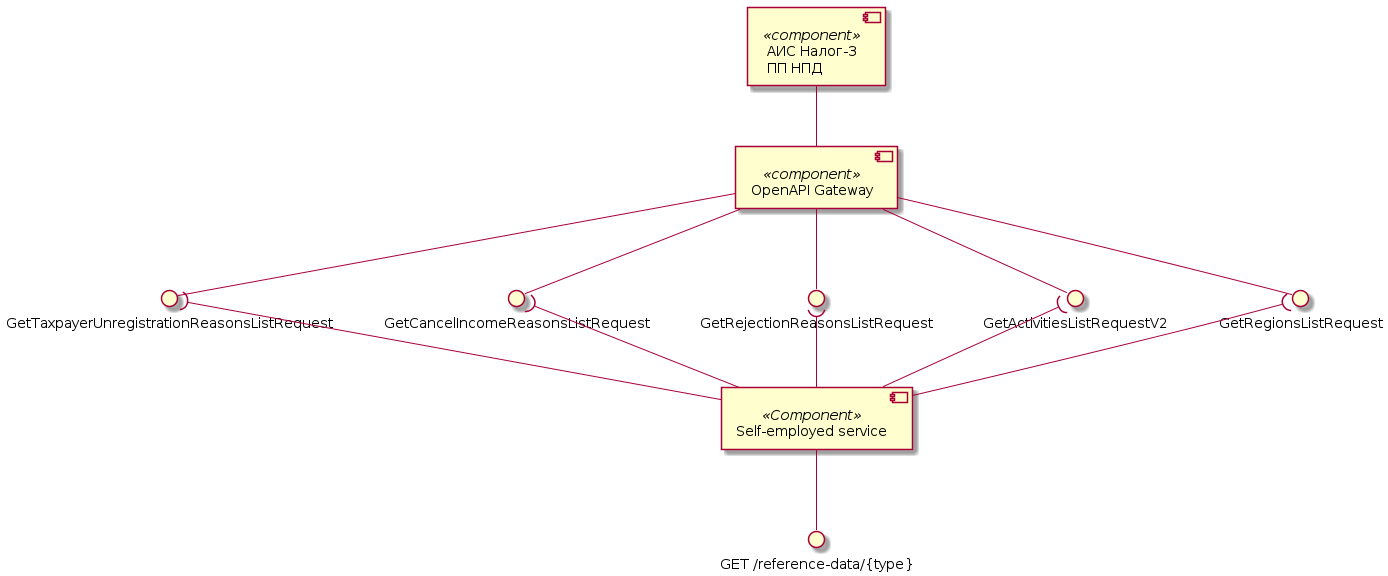
Earlier version of the PlantUML export assets/images/diagrams/self-employed-service/components/reference-data-components.png (RaikBitters/ibank-internal-services). The source it was exported from:
```plantuml
@startuml reference-data-components

component "АИС Налог-3\nПП НПД" as Tax3 <<component>>
component "OpenAPI Gateway" as OpenAPI <<component>>

Tax3 -- OpenAPI
interface "GetRegionsListRequest" as GetRegionsList
interface "GetActivitiesListRequestV2" as GetActivitiesList
interface "GetRejectionReasonsListRequest" as GetRejectionReasonsList
interface "GetTaxpayerUnregistrationReasonsListRequest" as GetTaxpayerUnregistrationReasonsList
interface "GetCancelIncomeReasonsListRequest" as GetCancelIncomeReasonsList

OpenAPI --() GetRegionsList
OpenAPI --() GetActivitiesList
OpenAPI --() GetRejectionReasonsList
OpenAPI --() GetCancelIncomeReasonsList
OpenAPI --() GetTaxpayerUnregistrationReasonsList

component "Self-employed service" as SelfEmplService <<Component>>
interface "GET /reference-data/{type}" as getDictionary

SelfEmplService --() getDictionary

SelfEmplService -up-( GetRegionsList
SelfEmplService -up-( GetActivitiesList
SelfEmplService -up-( GetRejectionReasonsList
SelfEmplService -up-( GetCancelIncomeReasonsList
SelfEmplService -up-( GetTaxpayerUnregistrationReasonsList

@enduml
```
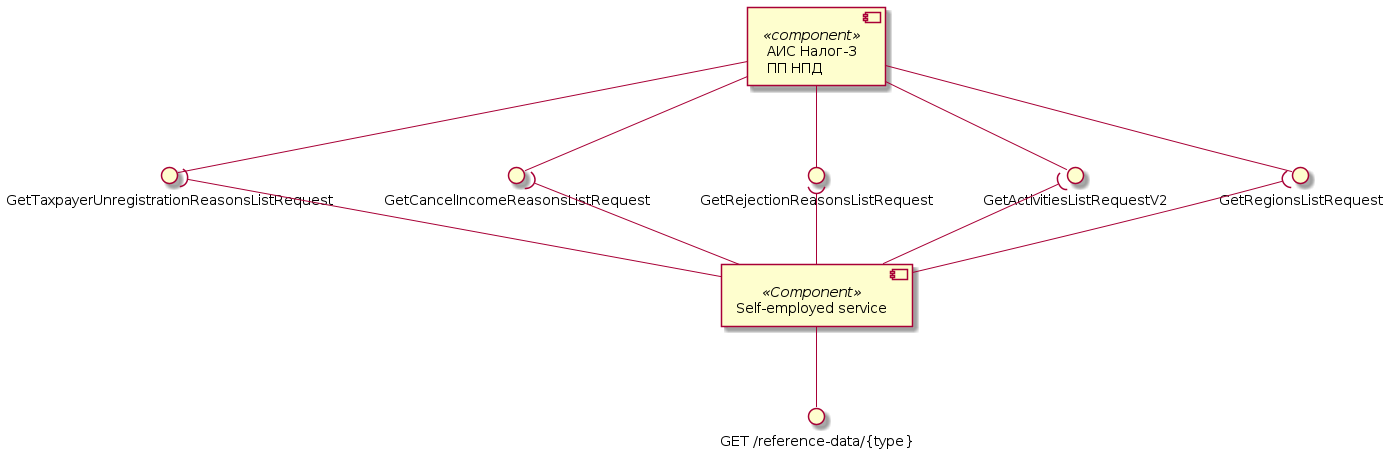
After the commit.

What changed in the source:
```diff
@@ -1,20 +1,18 @@
 @startuml reference-data-components
 
 component "АИС Налог-3\nПП НПД" as Tax3 <<component>>
-component "OpenAPI Gateway" as OpenAPI <<component>>
 
-Tax3 -- OpenAPI
 interface "GetRegionsListRequest" as GetRegionsList
 interface "GetActivitiesListRequestV2" as GetActivitiesList
 interface "GetRejectionReasonsListRequest" as GetRejectionReasonsList
 interface "GetTaxpayerUnregistrationReasonsListRequest" as GetTaxpayerUnregistrationReasonsList
 interface "GetCancelIncomeReasonsListRequest" as GetCancelIncomeReasonsList
 
-OpenAPI --() GetRegionsList
-OpenAPI --() GetActivitiesList
-OpenAPI --() GetRejectionReasonsList
-OpenAPI --() GetCancelIncomeReasonsList
-OpenAPI --() GetTaxpayerUnregistrationReasonsList
+Tax3 --() GetRegionsList
+Tax3 --() GetActivitiesList
+Tax3 --() GetRejectionReasonsList
+Tax3 --() GetCancelIncomeReasonsList
+Tax3 --() GetTaxpayerUnregistrationReasonsList
 
 component "Self-employed service" as SelfEmplService <<Component>>
 interface "GET /reference-data/{type}" as getDictionary
```
